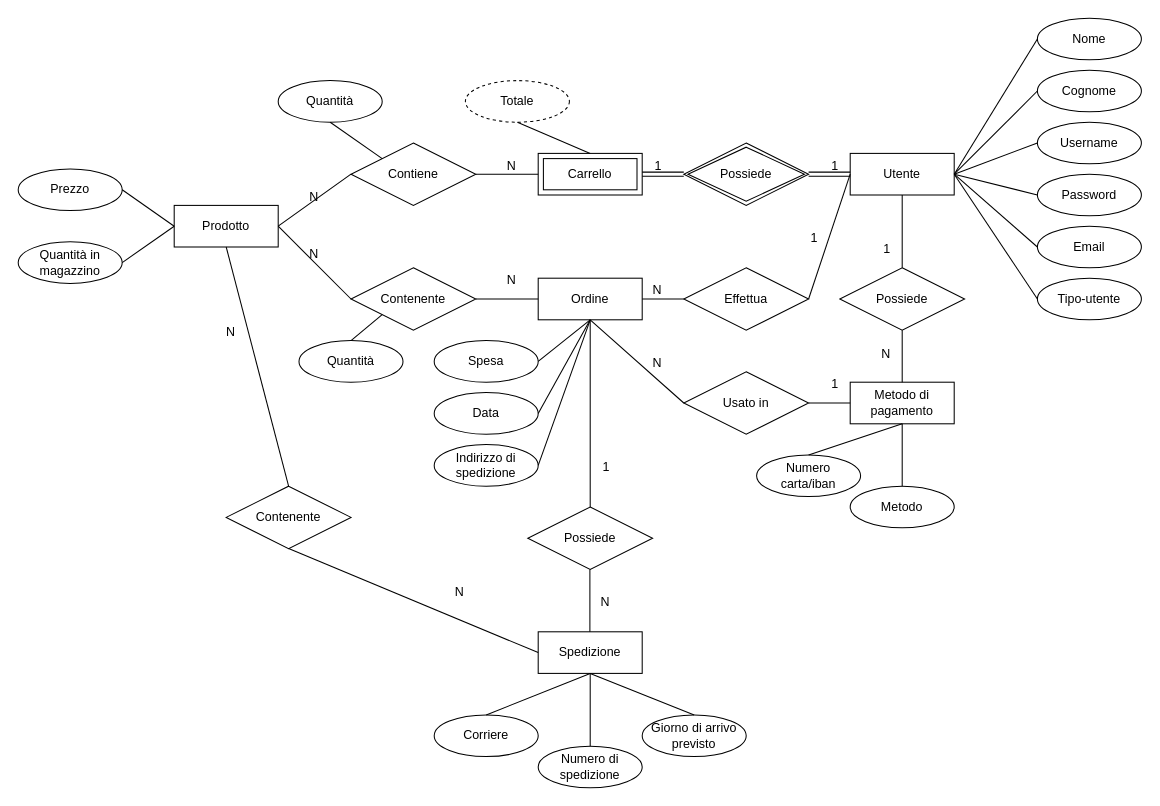
This is BD/GourmetSpices.drawio from superfra01/GourmetSpices, a draw.io file, before an edit. Source tidied: cells renumbered, new cells numbered last; positions are measured from the earlier drawing's top-left corner, leaving out a move shared by most shapes. Both pictures are drawn from the tidied source at 104%, with x=0, y=0 at pixel (18, 18).
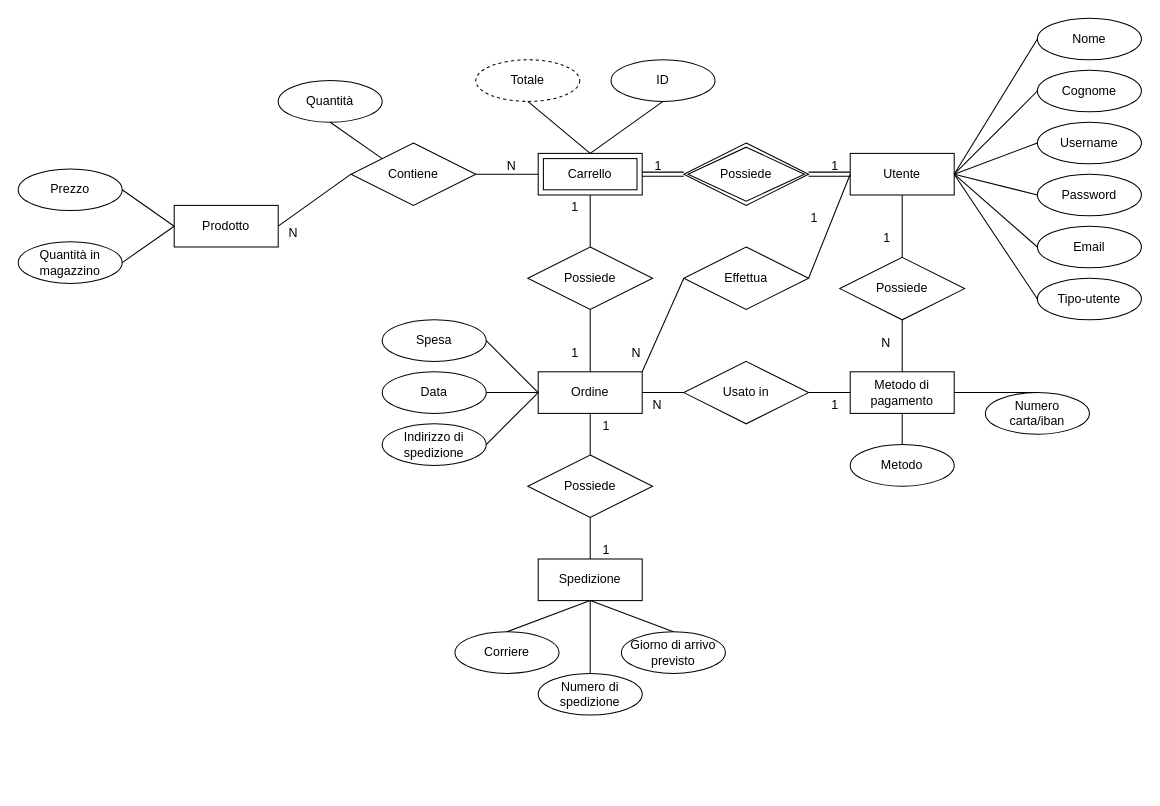
Above is the later version.

The change refers to these unchanged cells:
```xml
<mxCell id="2" value="Utente" style="whiteSpace=wrap;html=1;align=center;" parent="1" vertex="1">
  <mxGeometry x="800" y="130" width="100" height="40" as="geometry" />
</mxCell>
<mxCell id="15" value="Prodotto" style="whiteSpace=wrap;html=1;align=center;" parent="1" vertex="1">
  <mxGeometry x="150" y="180" width="100" height="40" as="geometry" />
</mxCell>
<mxCell id="17" value="Carrello" style="shape=ext;margin=3;double=1;whiteSpace=wrap;html=1;align=center;" parent="1" vertex="1">
  <mxGeometry x="500" y="130" width="100" height="40" as="geometry" />
</mxCell>
<mxCell id="19" style="shape=link;html=1;rounded=0;entryX=1;entryY=0.5;entryDx=0;entryDy=0;exitX=0;exitY=0.5;exitDx=0;exitDy=0;" parent="1" edge="1" source="18" target="17">
  <mxGeometry relative="1" as="geometry" />
</mxCell>
<mxCell id="21" style="shape=link;html=1;rounded=0;exitX=1;exitY=0.5;exitDx=0;exitDy=0;entryX=0;entryY=0.5;entryDx=0;entryDy=0;" parent="1" edge="1" source="18" target="2">
  <mxGeometry relative="1" as="geometry" />
</mxCell>
<mxCell id="23" style="endArrow=none;html=1;rounded=0;exitX=0;exitY=0.5;exitDx=0;exitDy=0;entryX=1;entryY=0.5;entryDx=0;entryDy=0;" parent="1" edge="1" source="16" target="15">
  <mxGeometry relative="1" as="geometry" />
</mxCell>
<mxCell id="25" style="endArrow=none;html=1;rounded=0;exitX=1;exitY=0.5;exitDx=0;exitDy=0;entryX=0;entryY=0.5;entryDx=0;entryDy=0;" parent="1" edge="1" source="16" target="17">
  <mxGeometry relative="1" as="geometry" />
</mxCell>
<mxCell id="28" style="endArrow=none;html=1;rounded=0;exitX=0;exitY=0.5;exitDx=0;exitDy=0;entryX=1;entryY=0.5;entryDx=0;entryDy=0;" parent="1" edge="1" source="2" target="27">
  <mxGeometry relative="1" as="geometry" />
</mxCell>
<mxCell id="43" style="endArrow=none;html=1;rounded=0;exitX=1;exitY=0.5;exitDx=0;exitDy=0;entryX=0;entryY=0.5;entryDx=0;entryDy=0;" parent="1" edge="1" source="40" target="38">
  <mxGeometry relative="1" as="geometry" />
</mxCell>
```

What changed in the source:
```diff
@@
-    <mxCell id="20" value="1" style="html=1;whiteSpace=wrap;align=right;verticalAlign=bottom;" parent="19" vertex="1">
-      <mxGeometry x="1" relative="1" as="geometry">
-        <mxPoint x="20" as="offset" />
-      </mxGeometry>
-    </mxCell>
+    <mxCell id="86" value="1" style="html=1;whiteSpace=wrap;align=right;verticalAlign=bottom;" parent="19" vertex="1">
+      <mxGeometry x="1" relative="1" as="geometry">
+        <mxPoint x="20" as="offset" />
+      </mxGeometry>
+    </mxCell>
@@
-    <mxCell id="22" value="1" style="html=1;whiteSpace=wrap;align=right;verticalAlign=bottom;" parent="21" vertex="1">
-      <mxGeometry x="1" relative="1" as="geometry">
-        <mxPoint x="-10" as="offset" />
-      </mxGeometry>
-    </mxCell>
+    <mxCell id="87" value="1" style="html=1;whiteSpace=wrap;align=right;verticalAlign=bottom;" parent="21" vertex="1">
+      <mxGeometry x="1" relative="1" as="geometry">
+        <mxPoint x="-10" as="offset" />
+      </mxGeometry>
+    </mxCell>
@@
-    <mxCell id="24" value="N" style="html=1;whiteSpace=wrap;align=right;verticalAlign=bottom;" parent="23" vertex="1">
-      <mxGeometry x="1" relative="1" as="geometry">
-        <mxPoint x="40" y="-20" as="offset" />
-      </mxGeometry>
-    </mxCell>
+    <mxCell id="88" value="N" style="html=1;whiteSpace=wrap;align=right;verticalAlign=bottom;" parent="23" vertex="1">
+      <mxGeometry x="1" relative="1" as="geometry">
+        <mxPoint x="20" y="15" as="offset" />
+      </mxGeometry>
+    </mxCell>
@@
-    <mxCell id="26" value="N" style="html=1;whiteSpace=wrap;align=right;verticalAlign=bottom;" parent="25" vertex="1">
-      <mxGeometry x="1" relative="1" as="geometry">
-        <mxPoint x="-20" as="offset" />
-      </mxGeometry>
-    </mxCell>
+    <mxCell id="89" value="N" style="html=1;whiteSpace=wrap;align=right;verticalAlign=bottom;" parent="25" vertex="1">
+      <mxGeometry x="1" relative="1" as="geometry">
+        <mxPoint x="-20" as="offset" />
+      </mxGeometry>
+    </mxCell>
     <mxCell id="27" value="Effettua" style="shape=rhombus;perimeter=rhombusPerimeter;whiteSpace=wrap;html=1;align=center;" parent="1" vertex="1">
-      <mxGeometry x="640" y="240" width="120" height="60" as="geometry" />
+      <mxGeometry x="640" y="220" width="120" height="60" as="geometry" />
     </mxCell>
@@
-    <mxCell id="29" value="1" style="html=1;whiteSpace=wrap;align=right;verticalAlign=bottom;" parent="28" vertex="1">
-      <mxGeometry x="1" relative="1" as="geometry">
-        <mxPoint x="10" y="-50" as="offset" />
-      </mxGeometry>
-    </mxCell>
+    <mxCell id="90" value="1" style="html=1;whiteSpace=wrap;align=right;verticalAlign=bottom;" parent="28" vertex="1">
+      <mxGeometry x="1" relative="1" as="geometry">
+        <mxPoint x="10" y="-50" as="offset" />
+      </mxGeometry>
+    </mxCell>
     <mxCell id="30" value="Ordine" style="whiteSpace=wrap;html=1;align=center;" parent="1" vertex="1">
-      <mxGeometry x="500" y="250" width="100" height="40" as="geometry" />
+      <mxGeometry x="500" y="340" width="100" height="40" as="geometry" />
     </mxCell>
-    <mxCell id="31" style="endArrow=none;html=1;rounded=0;exitX=1;exitY=0.5;exitDx=0;exitDy=0;entryX=0;entryY=0.5;entryDx=0;entryDy=0;" parent="1" edge="1" source="30" target="27">
+    <mxCell id="31" style="endArrow=none;html=1;rounded=0;exitX=1;exitY=0;exitDx=0;exitDy=0;entryX=0;entryY=0.5;entryDx=0;entryDy=0;" parent="1" edge="1" source="30" target="27">
       <mxGeometry relative="1" as="geometry" />
     </mxCell>
-    <mxCell id="32" value="N" style="html=1;whiteSpace=wrap;align=right;verticalAlign=bottom;" parent="31" vertex="1">
-      <mxGeometry x="1" relative="1" as="geometry">
-        <mxPoint x="-20" as="offset" />
-      </mxGeometry>
-    </mxCell>
-    <mxCell id="33" value="Contenente" style="shape=rhombus;perimeter=rhombusPerimeter;whiteSpace=wrap;html=1;align=center;" parent="1" vertex="1">
-      <mxGeometry x="320" y="240" width="120" height="60" as="geometry" />
-    </mxCell>
-    <mxCell id="34" style="endArrow=none;html=1;rounded=0;exitX=1;exitY=0.5;exitDx=0;exitDy=0;entryX=0;entryY=0.5;entryDx=0;entryDy=0;" parent="1" edge="1" source="33" target="30">
-      <mxGeometry relative="1" as="geometry" />
-    </mxCell>
-    <mxCell id="35" value="N" style="html=1;whiteSpace=wrap;align=right;verticalAlign=bottom;" parent="34" vertex="1">
-      <mxGeometry x="1" relative="1" as="geometry">
-        <mxPoint x="-20" y="-10" as="offset" />
-      </mxGeometry>
-    </mxCell>
-    <mxCell id="36" style="endArrow=none;html=1;rounded=0;exitX=1;exitY=0.5;exitDx=0;exitDy=0;entryX=0;entryY=0.5;entryDx=0;entryDy=0;" parent="1" edge="1" source="15" target="33">
-      <mxGeometry relative="1" as="geometry" />
-    </mxCell>
-    <mxCell id="37" value="N" style="html=1;whiteSpace=wrap;align=right;verticalAlign=bottom;" parent="36" vertex="1">
-      <mxGeometry x="1" relative="1" as="geometry">
-        <mxPoint x="-30" y="-35" as="offset" />
-      </mxGeometry>
-    </mxCell>
+    <mxCell id="91" value="1" style="html=1;whiteSpace=wrap;align=right;verticalAlign=bottom;" parent="31" vertex="1">
+      <mxGeometry x="1" relative="1" as="geometry">
+        <mxPoint x="-100" y="-60" as="offset" />
+      </mxGeometry>
+    </mxCell>
+    <mxCell id="92" style="endArrow=none;html=1;rounded=0;exitX=0.5;exitY=1;exitDx=0;exitDy=0;entryX=0.5;entryY=0;entryDx=0;entryDy=0;" parent="1" edge="1" source="110" target="30">
+      <mxGeometry relative="1" as="geometry" />
+    </mxCell>
+    <mxCell id="93" value="1" style="html=1;whiteSpace=wrap;align=right;verticalAlign=bottom;" parent="92" vertex="1">
+      <mxGeometry x="1" relative="1" as="geometry">
+        <mxPoint x="-10" y="-10" as="offset" />
+      </mxGeometry>
+    </mxCell>
     <mxCell id="38" value="Metodo di pagamento" style="whiteSpace=wrap;html=1;align=center;" parent="1" vertex="1">
-      <mxGeometry x="800" y="350" width="100" height="40" as="geometry" />
+      <mxGeometry x="800" y="340" width="100" height="40" as="geometry" />
     </mxCell>
-    <mxCell id="39" value="Possiede" style="shape=rhombus;perimeter=rhombusPerimeter;whiteSpace=wrap;html=1;align=center;" parent="1" vertex="1">
-      <mxGeometry x="790" y="240" width="120" height="60" as="geometry" />
-    </mxCell>
+    <mxCell id="94" value="Possiede" style="shape=rhombus;perimeter=rhombusPerimeter;whiteSpace=wrap;html=1;align=center;" parent="1" vertex="1">
+      <mxGeometry x="790" y="230" width="120" height="60" as="geometry" />
+    </mxCell>
     <mxCell id="40" value="Usato in" style="shape=rhombus;perimeter=rhombusPerimeter;whiteSpace=wrap;html=1;align=center;" parent="1" vertex="1">
-      <mxGeometry x="640" y="340" width="120" height="60" as="geometry" />
+      <mxGeometry x="640" y="330" width="120" height="60" as="geometry" />
     </mxCell>
-    <mxCell id="41" style="endArrow=none;html=1;rounded=0;exitX=0.5;exitY=1;exitDx=0;exitDy=0;entryX=0;entryY=0.5;entryDx=0;entryDy=0;" parent="1" edge="1" source="30" target="40">
+    <mxCell id="41" style="endArrow=none;html=1;rounded=0;exitX=1;exitY=0.5;exitDx=0;exitDy=0;entryX=0;entryY=0.5;entryDx=0;entryDy=0;" parent="1" edge="1" source="30" target="40">
       <mxGeometry relative="1" as="geometry" />
     </mxCell>
-    <mxCell id="42" value="N" style="html=1;whiteSpace=wrap;align=right;verticalAlign=bottom;" parent="41" vertex="1">
-      <mxGeometry x="1" relative="1" as="geometry">
-        <mxPoint x="-20" y="-30" as="offset" />
-      </mxGeometry>
-    </mxCell>
+    <mxCell id="95" value="N" style="html=1;whiteSpace=wrap;align=right;verticalAlign=bottom;" parent="41" vertex="1">
+      <mxGeometry x="1" relative="1" as="geometry">
+        <mxPoint x="-40" y="-30" as="offset" />
+      </mxGeometry>
+    </mxCell>
@@
-    <mxCell id="44" value="1" style="html=1;whiteSpace=wrap;align=right;verticalAlign=bottom;" parent="43" vertex="1">
-      <mxGeometry x="1" relative="1" as="geometry">
-        <mxPoint x="-10" y="-10" as="offset" />
-      </mxGeometry>
-    </mxCell>
-    <mxCell id="45" style="endArrow=none;html=1;rounded=0;exitX=0.5;exitY=0;exitDx=0;exitDy=0;entryX=0.5;entryY=1;entryDx=0;entryDy=0;" parent="1" edge="1" source="38" target="39">
-      <mxGeometry relative="1" as="geometry" />
-    </mxCell>
-    <mxCell id="46" value="N" style="html=1;whiteSpace=wrap;align=right;verticalAlign=bottom;" parent="45" vertex="1">
-      <mxGeometry x="1" relative="1" as="geometry">
-        <mxPoint x="-10" y="31" as="offset" />
-      </mxGeometry>
-    </mxCell>
-    <mxCell id="47" style="endArrow=none;html=1;rounded=0;exitX=0.5;exitY=1;exitDx=0;exitDy=0;entryX=0.5;entryY=0;entryDx=0;entryDy=0;" parent="1" edge="1" source="2" target="39">
-      <mxGeometry relative="1" as="geometry" />
-    </mxCell>
-    <mxCell id="48" value="1" style="html=1;whiteSpace=wrap;align=right;verticalAlign=bottom;" parent="47" vertex="1">
-      <mxGeometry x="1" relative="1" as="geometry">
-        <mxPoint x="-10" y="-10" as="offset" />
-      </mxGeometry>
-    </mxCell>
-    <mxCell id="49" value="Quantità" style="ellipse;whiteSpace=wrap;html=1;align=center;" parent="1" vertex="1">
-      <mxGeometry x="270" y="310" width="100" height="40" as="geometry" />
-    </mxCell>
-    <mxCell id="50" style="endArrow=none;html=1;rounded=0;exitX=0.5;exitY=0;exitDx=0;exitDy=0;entryX=0;entryY=1;entryDx=0;entryDy=0;" parent="1" edge="1" source="49" target="33">
-      <mxGeometry relative="1" as="geometry" />
-    </mxCell>
+    <mxCell id="96" value="1" style="html=1;whiteSpace=wrap;align=right;verticalAlign=bottom;" parent="43" vertex="1">
+      <mxGeometry x="1" relative="1" as="geometry">
+        <mxPoint x="-10" y="20" as="offset" />
+      </mxGeometry>
+    </mxCell>
+    <mxCell id="97" style="endArrow=none;html=1;rounded=0;exitX=0.5;exitY=0;exitDx=0;exitDy=0;entryX=0.5;entryY=1;entryDx=0;entryDy=0;" parent="1" edge="1" source="38" target="94">
+      <mxGeometry relative="1" as="geometry" />
+    </mxCell>
+    <mxCell id="98" value="N" style="html=1;whiteSpace=wrap;align=right;verticalAlign=bottom;" parent="97" vertex="1">
+      <mxGeometry x="1" relative="1" as="geometry">
+        <mxPoint x="-10" y="31" as="offset" />
+      </mxGeometry>
+    </mxCell>
+    <mxCell id="99" style="endArrow=none;html=1;rounded=0;exitX=0.5;exitY=1;exitDx=0;exitDy=0;entryX=0.5;entryY=0;entryDx=0;entryDy=0;" parent="1" edge="1" source="2" target="94">
+      <mxGeometry relative="1" as="geometry" />
+    </mxCell>
+    <mxCell id="100" value="1" style="html=1;whiteSpace=wrap;align=right;verticalAlign=bottom;" parent="99" vertex="1">
+      <mxGeometry x="1" relative="1" as="geometry">
+        <mxPoint x="-10" y="-10" as="offset" />
+      </mxGeometry>
+    </mxCell>
@@
     <mxCell id="52" value="Spesa" style="ellipse;whiteSpace=wrap;html=1;align=center;" parent="1" vertex="1">
-      <mxGeometry x="400" y="310" width="100" height="40" as="geometry" />
+      <mxGeometry x="350" y="290" width="100" height="40" as="geometry" />
     </mxCell>
@@
     <mxCell id="54" value="Totale" style="ellipse;whiteSpace=wrap;html=1;align=center;dashed=1;" parent="1" vertex="1">
-      <mxGeometry x="430" y="60" width="100" height="40" as="geometry" />
+      <mxGeometry x="440" y="40" width="100" height="40" as="geometry" />
     </mxCell>
@@
-    <mxCell id="56" style="endArrow=none;html=1;rounded=0;exitX=1;exitY=0.5;exitDx=0;exitDy=0;entryX=0.5;entryY=1;entryDx=0;entryDy=0;" parent="1" edge="1" source="52" target="30">
+    <mxCell id="56" style="endArrow=none;html=1;rounded=0;exitX=1;exitY=0.5;exitDx=0;exitDy=0;entryX=0;entryY=0.5;entryDx=0;entryDy=0;" parent="1" edge="1" source="52" target="30">
       <mxGeometry relative="1" as="geometry" />
     </mxCell>
@@
     <mxCell id="61" value="Data" style="ellipse;whiteSpace=wrap;html=1;align=center;" parent="1" vertex="1">
-      <mxGeometry x="400" y="360" width="100" height="40" as="geometry" />
+      <mxGeometry x="350" y="340" width="100" height="40" as="geometry" />
     </mxCell>
-    <mxCell id="62" style="endArrow=none;html=1;rounded=0;exitX=0.5;exitY=1;exitDx=0;exitDy=0;entryX=1;entryY=0.5;entryDx=0;entryDy=0;" parent="1" edge="1" source="30" target="61">
+    <mxCell id="62" style="endArrow=none;html=1;rounded=0;exitX=0;exitY=0.5;exitDx=0;exitDy=0;entryX=1;entryY=0.5;entryDx=0;entryDy=0;" parent="1" edge="1" source="30" target="61">
       <mxGeometry relative="1" as="geometry" />
     </mxCell>
     <mxCell id="63" value="Indirizzo di spedizione" style="ellipse;whiteSpace=wrap;html=1;align=center;" parent="1" vertex="1">
-      <mxGeometry x="400" y="410" width="100" height="40" as="geometry" />
+      <mxGeometry x="350" y="390" width="100" height="40" as="geometry" />
     </mxCell>
-    <mxCell id="64" style="endArrow=none;html=1;rounded=0;exitX=0.5;exitY=1;exitDx=0;exitDy=0;entryX=1;entryY=0.5;entryDx=0;entryDy=0;" parent="1" edge="1" source="30" target="63">
+    <mxCell id="64" style="endArrow=none;html=1;rounded=0;exitX=0;exitY=0.5;exitDx=0;exitDy=0;entryX=1;entryY=0.5;entryDx=0;entryDy=0;" parent="1" edge="1" source="30" target="63">
       <mxGeometry relative="1" as="geometry" />
     </mxCell>
     <mxCell id="65" value="Numero carta/iban" style="ellipse;whiteSpace=wrap;html=1;align=center;" parent="1" vertex="1">
-      <mxGeometry x="710" y="420" width="100" height="40" as="geometry" />
+      <mxGeometry x="930" y="360" width="100" height="40" as="geometry" />
     </mxCell>
     <mxCell id="66" value="Metodo" style="ellipse;whiteSpace=wrap;html=1;align=center;" parent="1" vertex="1">
-      <mxGeometry x="800" y="450" width="100" height="40" as="geometry" />
+      <mxGeometry x="800" y="410" width="100" height="40" as="geometry" />
     </mxCell>
-    <mxCell id="67" style="endArrow=none;html=1;rounded=0;exitX=0.5;exitY=0;exitDx=0;exitDy=0;entryX=0.5;entryY=1;entryDx=0;entryDy=0;" parent="1" edge="1" source="65" target="38">
+    <mxCell id="67" style="endArrow=none;html=1;rounded=0;exitX=0.5;exitY=0;exitDx=0;exitDy=0;entryX=1;entryY=0.5;entryDx=0;entryDy=0;" parent="1" edge="1" source="65" target="38">
       <mxGeometry relative="1" as="geometry" />
     </mxCell>
@@
     <mxCell id="69" value="Spedizione" style="whiteSpace=wrap;html=1;align=center;" parent="1" vertex="1">
-      <mxGeometry x="500" y="590" width="100" height="40" as="geometry" />
+      <mxGeometry x="500" y="520" width="100" height="40" as="geometry" />
     </mxCell>
-    <mxCell id="70" value="Possiede" style="shape=rhombus;perimeter=rhombusPerimeter;whiteSpace=wrap;html=1;align=center;" parent="1" vertex="1">
-      <mxGeometry x="490" y="470" width="120" height="60" as="geometry" />
-    </mxCell>
-    <mxCell id="71" style="endArrow=none;html=1;rounded=0;exitX=0.5;exitY=1;exitDx=0;exitDy=0;entryX=0.5;entryY=0;entryDx=0;entryDy=0;" parent="1" edge="1" source="30" target="70">
-      <mxGeometry relative="1" as="geometry" />
-    </mxCell>
-    <mxCell id="72" value="1" style="html=1;whiteSpace=wrap;align=right;verticalAlign=bottom;" parent="71" vertex="1">
-      <mxGeometry x="1" relative="1" as="geometry">
-        <mxPoint x="20" y="-30" as="offset" />
-      </mxGeometry>
-    </mxCell>
-    <mxCell id="73" style="endArrow=none;html=1;rounded=0;exitX=0.5;exitY=1;exitDx=0;exitDy=0;entryX=0.5;entryY=0;entryDx=0;entryDy=0;" parent="1" edge="1">
-      <mxGeometry relative="1" as="geometry">
-        <mxPoint x="549.7" y="530" as="sourcePoint" />
-        <mxPoint x="549.7" y="590" as="targetPoint" />
-      </mxGeometry>
-    </mxCell>
-    <mxCell id="74" value="N" style="html=1;whiteSpace=wrap;align=right;verticalAlign=bottom;" parent="73" vertex="1">
-      <mxGeometry x="1" relative="1" as="geometry">
-        <mxPoint x="20" y="-20" as="offset" />
-      </mxGeometry>
-    </mxCell>
-    <mxCell id="75" value="Contenente" style="shape=rhombus;perimeter=rhombusPerimeter;whiteSpace=wrap;html=1;align=center;" parent="1" vertex="1">
-      <mxGeometry x="200" y="450" width="120" height="60" as="geometry" />
-    </mxCell>
-    <mxCell id="76" style="endArrow=none;html=1;rounded=0;exitX=0.5;exitY=1;exitDx=0;exitDy=0;entryX=0;entryY=0.5;entryDx=0;entryDy=0;" parent="1" edge="1" source="75" target="69">
-      <mxGeometry relative="1" as="geometry" />
-    </mxCell>
-    <mxCell id="77" value="N" style="html=1;whiteSpace=wrap;align=right;verticalAlign=bottom;" parent="76" vertex="1">
-      <mxGeometry x="1" relative="1" as="geometry">
-        <mxPoint x="-70" y="-50" as="offset" />
-      </mxGeometry>
-    </mxCell>
-    <mxCell id="78" style="endArrow=none;html=1;rounded=0;exitX=0.5;exitY=0;exitDx=0;exitDy=0;entryX=0.5;entryY=1;entryDx=0;entryDy=0;" parent="1" edge="1" source="75" target="15">
-      <mxGeometry relative="1" as="geometry" />
-    </mxCell>
-    <mxCell id="79" value="N" style="html=1;whiteSpace=wrap;align=right;verticalAlign=bottom;" parent="78" vertex="1">
-      <mxGeometry x="1" relative="1" as="geometry">
-        <mxPoint x="10" y="90" as="offset" />
-      </mxGeometry>
-    </mxCell>
+    <mxCell id="101" value="Possiede" style="shape=rhombus;perimeter=rhombusPerimeter;whiteSpace=wrap;html=1;align=center;" parent="1" vertex="1">
+      <mxGeometry x="490" y="420" width="120" height="60" as="geometry" />
+    </mxCell>
+    <mxCell id="102" style="endArrow=none;html=1;rounded=0;exitX=0.5;exitY=1;exitDx=0;exitDy=0;entryX=0.5;entryY=0;entryDx=0;entryDy=0;" parent="1" edge="1" source="30" target="101">
+      <mxGeometry relative="1" as="geometry" />
+    </mxCell>
+    <mxCell id="103" value="1" style="html=1;whiteSpace=wrap;align=right;verticalAlign=bottom;" parent="102" vertex="1">
+      <mxGeometry x="1" relative="1" as="geometry">
+        <mxPoint x="20" y="-20" as="offset" />
+      </mxGeometry>
+    </mxCell>
     <mxCell id="80" value="Corriere" style="ellipse;whiteSpace=wrap;html=1;align=center;" parent="1" vertex="1">
-      <mxGeometry x="400" y="670" width="100" height="40" as="geometry" />
+      <mxGeometry x="420" y="590" width="100" height="40" as="geometry" />
     </mxCell>
     <mxCell id="81" value="Numero di spedizione" style="ellipse;whiteSpace=wrap;html=1;align=center;" parent="1" vertex="1">
-      <mxGeometry x="500" y="700" width="100" height="40" as="geometry" />
+      <mxGeometry x="500" y="630" width="100" height="40" as="geometry" />
     </mxCell>
     <mxCell id="82" value="Giorno di arrivo previsto" style="ellipse;whiteSpace=wrap;html=1;align=center;" parent="1" vertex="1">
-      <mxGeometry x="600" y="670" width="100" height="40" as="geometry" />
+      <mxGeometry x="580" y="590" width="100" height="40" as="geometry" />
     </mxCell>
@@
+    <mxCell id="104" value="N" style="html=1;whiteSpace=wrap;align=right;verticalAlign=bottom;" parent="1" vertex="1">
+      <mxGeometry x="620" y="380" as="geometry" />
+    </mxCell>
+    <mxCell id="105" style="endArrow=none;html=1;rounded=0;exitX=0.5;exitY=0;exitDx=0;exitDy=0;entryX=0.5;entryY=1;entryDx=0;entryDy=0;" parent="1" edge="1" source="69" target="101">
+      <mxGeometry relative="1" as="geometry" />
+    </mxCell>
+    <mxCell id="106" value="1" style="html=1;whiteSpace=wrap;align=right;verticalAlign=bottom;" parent="1" vertex="1">
+      <mxGeometry x="570" y="520" as="geometry" />
+    </mxCell>
+    <mxCell id="107" value="ID" style="ellipse;whiteSpace=wrap;html=1;align=center;" parent="1" vertex="1">
+      <mxGeometry x="570" y="40" width="100" height="40" as="geometry" />
+    </mxCell>
+    <mxCell id="108" style="endArrow=none;html=1;rounded=0;exitX=0.5;exitY=0;exitDx=0;exitDy=0;entryX=0.5;entryY=1;entryDx=0;entryDy=0;" parent="1" edge="1" source="17" target="107">
+      <mxGeometry relative="1" as="geometry" />
+    </mxCell>
+    <mxCell id="109" style="endArrow=none;html=1;rounded=0;exitX=0.5;exitY=1;exitDx=0;exitDy=0;entryX=0.5;entryY=0;entryDx=0;entryDy=0;" parent="1" edge="1" source="17" target="110">
+      <mxGeometry relative="1" as="geometry" />
+    </mxCell>
+    <mxCell id="110" value="Possiede" style="shape=rhombus;perimeter=rhombusPerimeter;whiteSpace=wrap;html=1;align=center;" parent="1" vertex="1">
+      <mxGeometry x="490" y="220" width="120" height="60" as="geometry" />
+    </mxCell>
```
